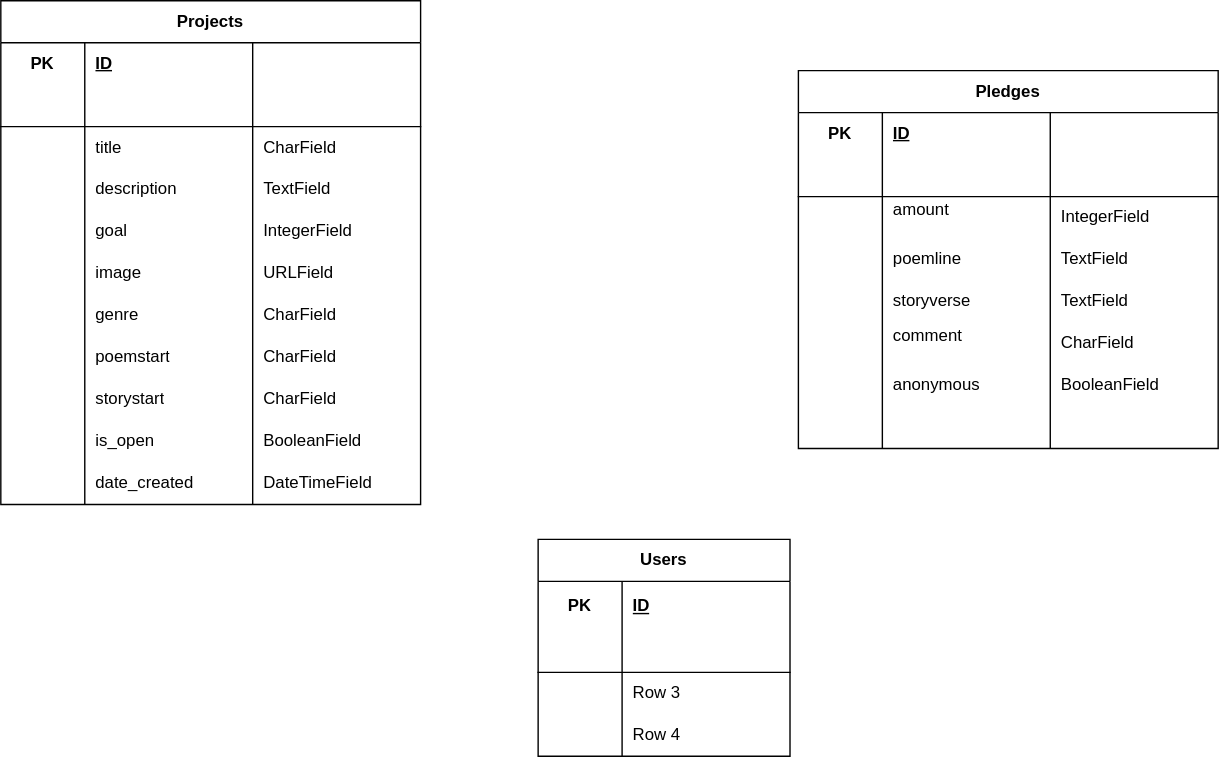
Before: database.drawio.svg, a diagram exported from draw.io (TimTam5566/plottwist_back_end). Source tidied: cells renumbered, new cells last; positions are measured from the earlier drawing's top-left corner, leaving out a move shared by most shapes.
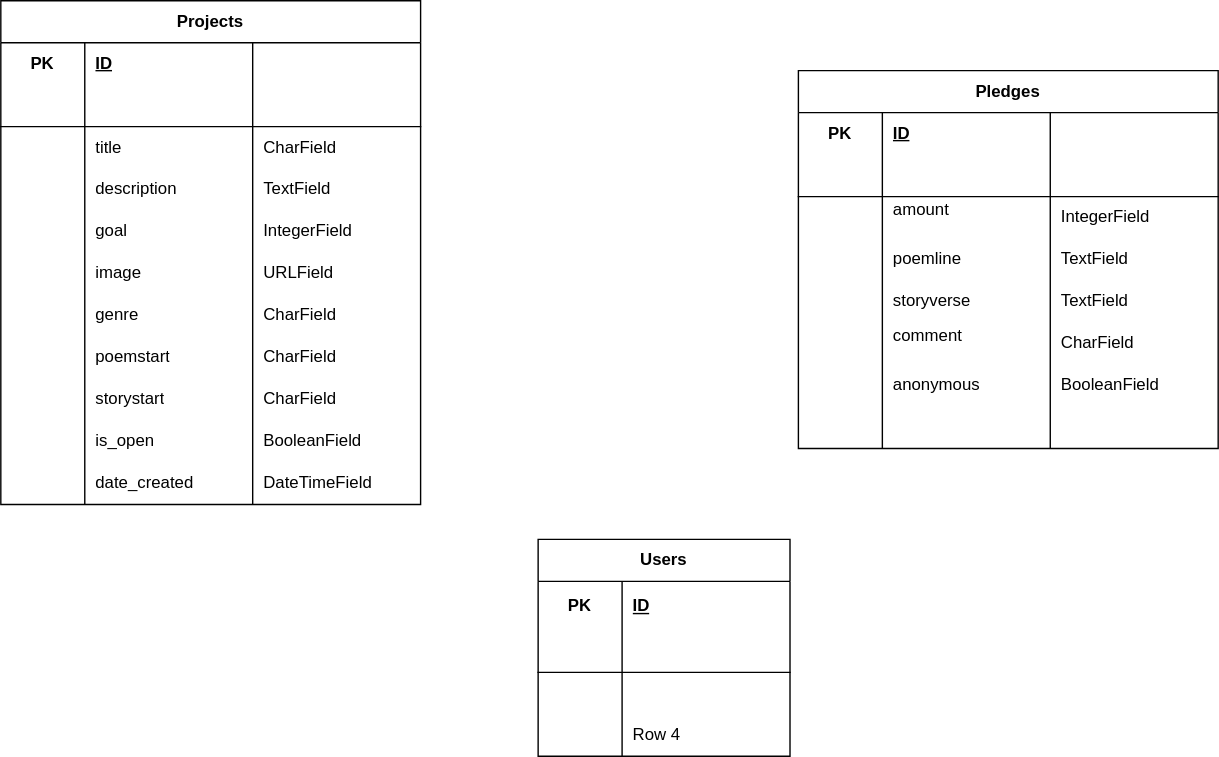
Above is the later version.

Change to the diagram source:
```diff
@@ -29,7 +29,7 @@
     <mxCell id="10" style="shape=partialRectangle;fillColor=none;top=0;left=0;bottom=0;right=0;overflow=hidden;html=1;whiteSpace=wrap;" parent="9" vertex="1">
       <mxGeometry width="60" height="30" as="geometry" />
     </mxCell>
-    <mxCell id="11" value="Row 3" style="shape=partialRectangle;fillColor=none;top=0;left=0;bottom=0;right=0;align=left;spacingLeft=6;overflow=hidden;html=1;whiteSpace=wrap;" parent="9" vertex="1">
+    <mxCell id="11" style="shape=partialRectangle;fillColor=none;top=0;left=0;bottom=0;right=0;align=left;spacingLeft=6;overflow=hidden;html=1;whiteSpace=wrap;" parent="9" vertex="1">
       <mxGeometry x="60" width="120" height="30" as="geometry" />
     </mxCell>
     <mxCell id="12" style="shape=tableRow;horizontal=0;startSize=0;swimlaneHead=0;swimlaneBody=0;fillColor=none;top=0;left=0;right=0;bottom=0;html=1;" parent="2" vertex="1">
```
